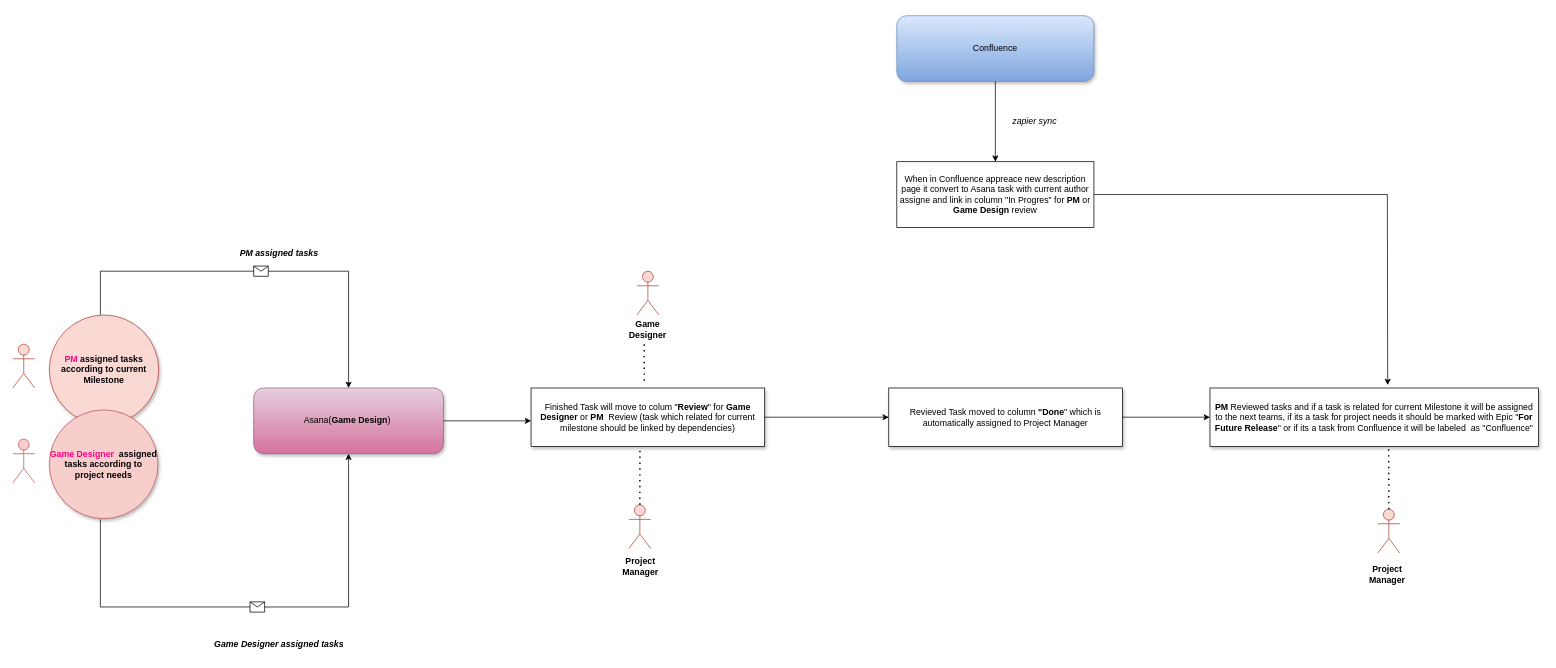
Earlier version of the draw.io diagram Game Design Diagram.drawio (annastazi09/blog). Source tidied: cells renumbered, new cells numbered last; positions are measured from the earlier drawing's top-left corner, leaving out a move shared by most shapes. Both pictures are drawn from the tidied source at 73%, with x=0, y=0 at pixel (12, 15).
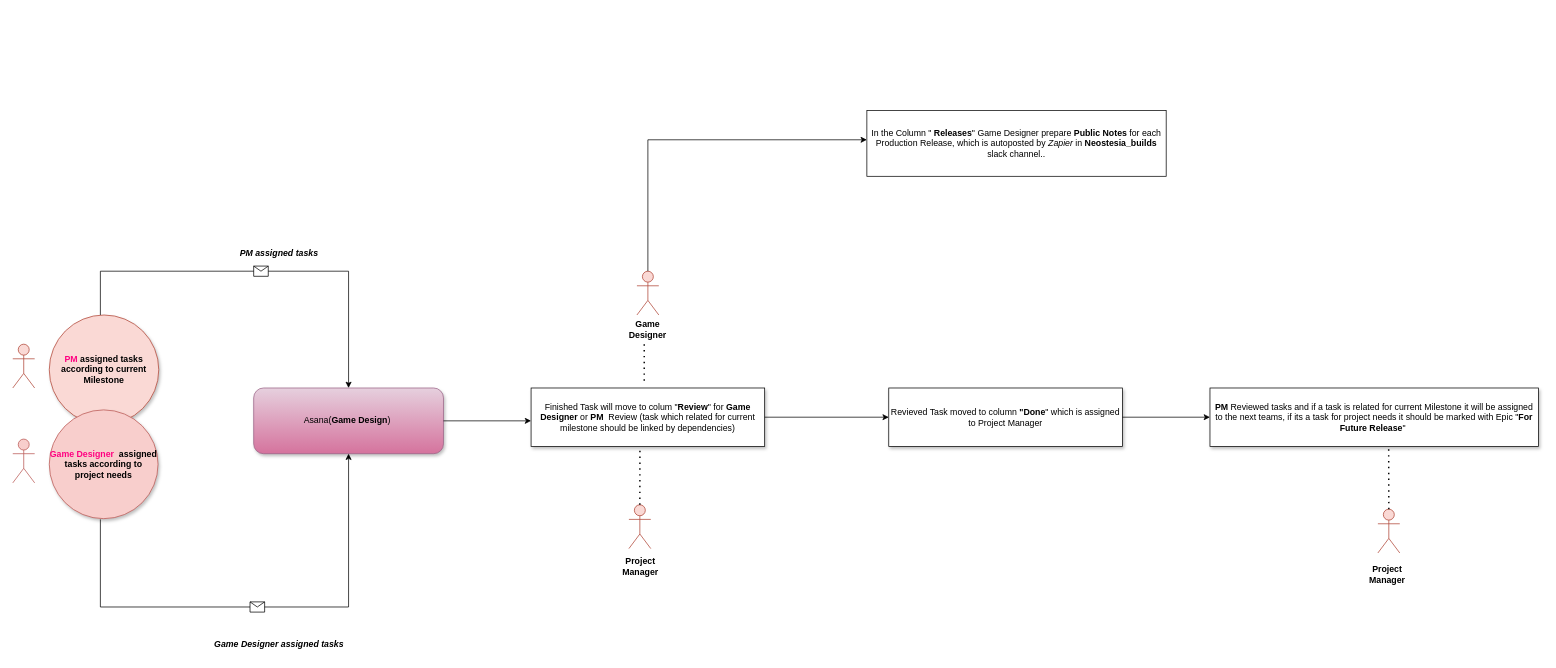
After the change.

The change refers to these unchanged cells:
```xml
<mxCell id="19" value="Actor" style="shape=umlActor;verticalLabelPosition=bottom;verticalAlign=top;html=1;outlineConnect=0;noLabel=1;fillColor=#fad9d5;strokeColor=#ae4132;" parent="1" vertex="1">
  <mxGeometry x="855" y="350" width="30" height="60" as="geometry" />
</mxCell>
```

The edit, as a diff of the source:
```diff
@@
-    <mxCell id="10" value="Revieved Task moved to column &lt;b&gt;&quot;Done&lt;/b&gt;&quot; which is automatically assigned to Project Manager" style="rounded=0;whiteSpace=wrap;html=1;shadow=1;" parent="1" vertex="1">
+    <mxCell id="10" value="Revieved Task moved to column &lt;b&gt;&quot;Done&lt;/b&gt;&quot; which is assigned to Project Manager" style="rounded=0;whiteSpace=wrap;html=1;shadow=1;" parent="1" vertex="1">
       <mxGeometry x="1200" y="510" width="320" height="80" as="geometry" />
     </mxCell>
-    <mxCell id="11" value="&lt;b&gt;PM &lt;/b&gt;Reviewed tasks and if a task is related for current Milestone it will be assigned to the next teams, if its a task for project needs it should be marked with Epic &quot;&lt;b&gt;For Future Release&lt;/b&gt;&quot; or if its a task from Confluence it will be labeled&amp;nbsp; as &quot;Confluence&quot;" style="rounded=0;whiteSpace=wrap;html=1;shadow=1;" parent="1" vertex="1">
+    <mxCell id="11" value="&lt;b&gt;PM &lt;/b&gt;Reviewed tasks and if a task is related for current Milestone it will be assigned to the next teams, if its a task for project needs it should be marked with Epic &quot;&lt;b&gt;For Future Release&lt;/b&gt;&quot;&amp;nbsp;" style="rounded=0;whiteSpace=wrap;html=1;shadow=1;" parent="1" vertex="1">
       <mxGeometry x="1640" y="510" width="450" height="80" as="geometry" />
     </mxCell>
@@
-    <mxCell id="25" value="Confluence" style="rounded=1;whiteSpace=wrap;html=1;fillColor=#dae8fc;strokeColor=#6c8ebf;shadow=1;gradientColor=#7ea6e0;" parent="1" vertex="1">
-      <mxGeometry x="1211" width="270" height="90" as="geometry" />
-    </mxCell>
-    <mxCell id="26" value="When in Confluence appreace new description page it convert to Asana task with current author assigne and link in column &quot;In Progres&quot; for &lt;b&gt;PM &lt;/b&gt;or &lt;b&gt;Game Design&lt;/b&gt; review" style="rounded=0;whiteSpace=wrap;html=1;" parent="1" vertex="1">
-      <mxGeometry x="1211" y="200" width="270" height="90" as="geometry" />
-    </mxCell>
-    <mxCell id="27" style="endArrow=classic;html=1;rounded=0;exitX=0.5;exitY=1;exitDx=0;exitDy=0;entryX=0.5;entryY=0;entryDx=0;entryDy=0;" parent="1" edge="1" source="25" target="26">
-      <mxGeometry relative="1" as="geometry" />
-    </mxCell>
@@
-    <mxCell id="29" style="endArrow=classic;html=1;rounded=0;exitX=1;exitY=0.5;exitDx=0;exitDy=0;entryX=0.541;entryY=-0.05;entryDx=0;entryDy=0;entryPerimeter=0;" parent="1" edge="1" source="26" target="11">
-      <mxGeometry relative="1" as="geometry">
-        <Array as="points">
-          <mxPoint x="1883" y="245" />
-        </Array>
-      </mxGeometry>
-    </mxCell>
@@
-    <mxCell id="32" value="&lt;i&gt;zapier sync&lt;/i&gt;" style="text;html=1;strokeColor=none;fillColor=none;align=center;verticalAlign=middle;whiteSpace=wrap;rounded=0;" parent="1" vertex="1">
-      <mxGeometry x="1360" y="130" width="80" height="30" as="geometry" />
-    </mxCell>
+    <mxCell id="33" value="In the Column &quot; &lt;b&gt;Releases&lt;/b&gt;&quot; Game Designer prepare &lt;b&gt;Public Notes&lt;/b&gt; for each Production Release, which is autoposted by &lt;i&gt;Zapier &lt;/i&gt;in &lt;b&gt;Neostesia_builds&lt;/b&gt; slack channel.." style="rounded=0;whiteSpace=wrap;html=1;" parent="1" vertex="1">
+      <mxGeometry x="1170" y="130" width="410" height="90" as="geometry" />
+    </mxCell>
+    <mxCell id="34" style="endArrow=classic;html=1;rounded=0;exitX=0.5;exitY=0;exitDx=0;exitDy=0;exitPerimeter=0;" parent="1" edge="1" source="19">
+      <mxGeometry relative="1" as="geometry">
+        <mxPoint x="1170" y="170" as="targetPoint" />
+        <Array as="points">
+          <mxPoint x="870" y="170" />
+        </Array>
+      </mxGeometry>
+    </mxCell>
```
